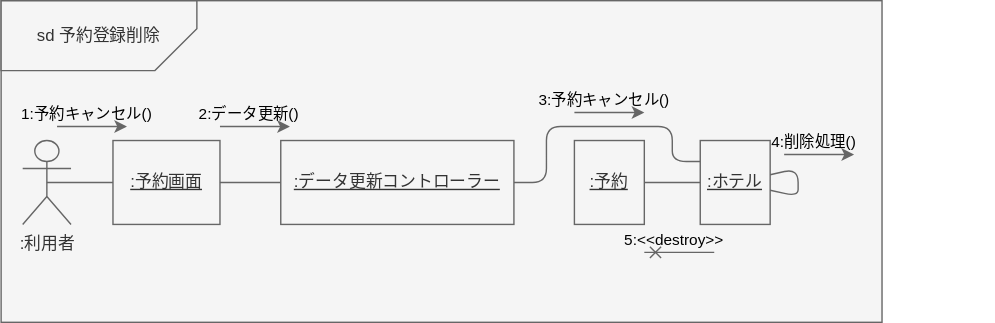
eumura123/uml-introduction keeps this draw.io diagram as 演習５-2_CD_予約登録削除.drawio.svg. Above is the earlier version. Source tidied: cells renumbered, new cells last; positions are measured from the earlier drawing's top-left corner, leaving out a move shared by most shapes. Source of this version:
```xml
<mxGraphModel>
  <root>
    <mxCell id="0" />
    <mxCell id="1" parent="0" />
    <mxCell id="2" style="group;" parent="1" vertex="1">
      <mxGeometry width="710" height="230" as="geometry" />
    </mxCell>
    <mxCell id="3" style="rounded=0;whiteSpace=wrap;html=1;fillColor=#f5f5f5;fontColor=#333333;strokeColor=#666666;" parent="2" vertex="1">
      <mxGeometry width="630" height="230" as="geometry" />
    </mxCell>
    <mxCell id="4" value="sd 予約登録削除" style="shape=card;whiteSpace=wrap;html=1;fillColor=#f5f5f5;fontColor=#333333;strokeColor=#666666;flipH=1;direction=north;" parent="2" vertex="1">
      <mxGeometry width="140" height="50" as="geometry" />
    </mxCell>
    <mxCell id="5" value=":利用者" style="shape=umlActor;verticalLabelPosition=bottom;verticalAlign=top;html=1;outlineConnect=0;fillColor=#f5f5f5;fontColor=#333333;strokeColor=#666666;" parent="2" vertex="1">
      <mxGeometry x="15.4" y="100" width="34.6" height="60" as="geometry" />
    </mxCell>
    <mxCell id="6" style="edgeStyle=none;html=1;entryX=0.5;entryY=0.5;entryDx=0;entryDy=0;entryPerimeter=0;fillColor=#f5f5f5;strokeColor=#666666;endArrow=none;endFill=0;" parent="2" edge="1" source="7" target="5">
      <mxGeometry relative="1" as="geometry" />
    </mxCell>
    <mxCell id="7" value="&lt;u&gt;:予約画面&lt;/u&gt;" style="rounded=0;whiteSpace=wrap;html=1;fillColor=#f5f5f5;fontColor=#333333;strokeColor=#666666;" parent="2" vertex="1">
      <mxGeometry x="80" y="100" width="76.5" height="60" as="geometry" />
    </mxCell>
    <mxCell id="8" style="edgeStyle=none;html=1;endArrow=none;endFill=0;fillColor=#f5f5f5;strokeColor=#666666;" parent="2" edge="1" source="10" target="7">
      <mxGeometry relative="1" as="geometry" />
    </mxCell>
    <mxCell id="9" style="edgeStyle=none;html=1;entryX=0;entryY=0.25;entryDx=0;entryDy=0;endArrow=none;endFill=0;fillColor=#f5f5f5;strokeColor=#666666;exitX=1;exitY=0.5;exitDx=0;exitDy=0;" parent="2" edge="1" source="10" target="13">
      <mxGeometry relative="1" as="geometry">
        <Array as="points">
          <mxPoint x="390" y="130" />
          <mxPoint x="390" y="90" />
          <mxPoint x="480" y="90" />
          <mxPoint x="480" y="115" />
        </Array>
      </mxGeometry>
    </mxCell>
    <mxCell id="10" value="&lt;u&gt;:データ更新コントローラー&lt;/u&gt;" style="rounded=0;whiteSpace=wrap;html=1;fillColor=#f5f5f5;fontColor=#333333;strokeColor=#666666;" parent="2" vertex="1">
      <mxGeometry x="200" y="100" width="166.7" height="60" as="geometry" />
    </mxCell>
    <mxCell id="11" value="&lt;u&gt;:予約&lt;/u&gt;" style="rounded=0;whiteSpace=wrap;html=1;fillColor=#f5f5f5;fontColor=#333333;strokeColor=#666666;" parent="2" vertex="1">
      <mxGeometry x="410" y="100" width="50" height="60" as="geometry" />
    </mxCell>
    <mxCell id="12" style="edgeStyle=none;html=1;endArrow=none;endFill=0;fillColor=#f5f5f5;strokeColor=#666666;" parent="2" edge="1" source="13" target="11">
      <mxGeometry relative="1" as="geometry" />
    </mxCell>
    <mxCell id="13" value="&lt;u&gt;:ホテル&lt;/u&gt;" style="rounded=0;whiteSpace=wrap;html=1;fillColor=#f5f5f5;fontColor=#333333;strokeColor=#666666;" parent="2" vertex="1">
      <mxGeometry x="500" y="100" width="50" height="60" as="geometry" />
    </mxCell>
    <mxCell id="14" style="endArrow=classic;html=1;fillColor=#f5f5f5;strokeColor=#666666;" parent="2" edge="1">
      <mxGeometry relative="1" as="geometry">
        <mxPoint x="40" y="90" as="sourcePoint" />
        <mxPoint x="90" y="90" as="targetPoint" />
      </mxGeometry>
    </mxCell>
    <mxCell id="15" value="1:予約キャンセル()" style="edgeLabel;html=1;align=center;verticalAlign=middle;labelBackgroundColor=none;fontColor=#000000;" parent="14" vertex="1">
      <mxGeometry relative="1" as="geometry">
        <mxPoint x="-5" y="-10" as="offset" />
      </mxGeometry>
    </mxCell>
    <mxCell id="16" style="endArrow=classic;html=1;fillColor=#f5f5f5;strokeColor=#666666;" parent="2" edge="1">
      <mxGeometry relative="1" as="geometry">
        <mxPoint x="156.5" y="90" as="sourcePoint" />
        <mxPoint x="206.5" y="90" as="targetPoint" />
      </mxGeometry>
    </mxCell>
    <mxCell id="17" value="2:データ更新()" style="edgeLabel;html=1;align=center;verticalAlign=middle;labelBackgroundColor=none;fontColor=#000000;" parent="16" vertex="1">
      <mxGeometry relative="1" as="geometry">
        <mxPoint x="-5" y="-10" as="offset" />
      </mxGeometry>
    </mxCell>
    <mxCell id="18" style="endArrow=classic;html=1;fillColor=#f5f5f5;strokeColor=#666666;" parent="2" edge="1">
      <mxGeometry relative="1" as="geometry">
        <mxPoint x="410" y="80" as="sourcePoint" />
        <mxPoint x="460" y="80" as="targetPoint" />
      </mxGeometry>
    </mxCell>
    <mxCell id="19" value="3:予約キャンセル()" style="edgeLabel;html=1;align=center;verticalAlign=middle;labelBackgroundColor=none;fontColor=#000000;" parent="18" vertex="1">
      <mxGeometry relative="1" as="geometry">
        <mxPoint x="-5" y="-10" as="offset" />
      </mxGeometry>
    </mxCell>
    <mxCell id="20" style="edgeStyle=none;html=1;fontColor=#000000;endArrow=none;endFill=0;fillColor=#f5f5f5;strokeColor=#666666;" parent="2" edge="1" source="13" target="13">
      <mxGeometry relative="1" as="geometry" />
    </mxCell>
    <mxCell id="21" style="endArrow=classic;html=1;fillColor=#f5f5f5;strokeColor=#666666;" parent="2" edge="1">
      <mxGeometry relative="1" as="geometry">
        <mxPoint x="560" y="110" as="sourcePoint" />
        <mxPoint x="610" y="110" as="targetPoint" />
      </mxGeometry>
    </mxCell>
    <mxCell id="22" value="4:削除処理()" style="edgeLabel;html=1;align=center;verticalAlign=middle;labelBackgroundColor=none;fontColor=#000000;" parent="21" vertex="1">
      <mxGeometry relative="1" as="geometry">
        <mxPoint x="-5" y="-10" as="offset" />
      </mxGeometry>
    </mxCell>
    <mxCell id="23" style="endArrow=none;html=1;fillColor=#f5f5f5;strokeColor=#666666;endFill=0;startArrow=cross;startFill=0;" parent="2" edge="1">
      <mxGeometry relative="1" as="geometry">
        <mxPoint x="460" y="180" as="sourcePoint" />
        <mxPoint x="510" y="180" as="targetPoint" />
      </mxGeometry>
    </mxCell>
    <mxCell id="24" value="5:&amp;lt;&amp;lt;destroy&amp;gt;&amp;gt;" style="edgeLabel;html=1;align=center;verticalAlign=middle;labelBackgroundColor=none;fontColor=#000000;" parent="23" vertex="1">
      <mxGeometry relative="1" as="geometry">
        <mxPoint x="-5" y="-10" as="offset" />
      </mxGeometry>
    </mxCell>
  </root>
</mxGraphModel>
```
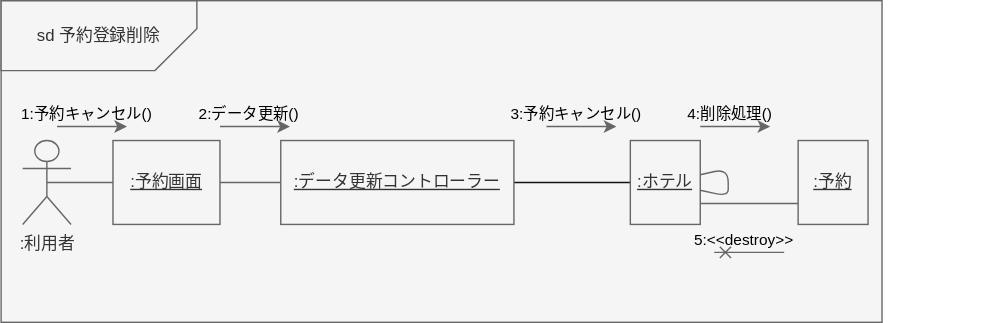
After the commit.

The edit, as a diff of the source:
```diff
@@ -23,27 +23,20 @@
     <mxCell id="8" style="edgeStyle=none;html=1;endArrow=none;endFill=0;fillColor=#f5f5f5;strokeColor=#666666;" parent="2" edge="1" source="10" target="7">
       <mxGeometry relative="1" as="geometry" />
     </mxCell>
-    <mxCell id="9" style="edgeStyle=none;html=1;entryX=0;entryY=0.25;entryDx=0;entryDy=0;endArrow=none;endFill=0;fillColor=#f5f5f5;strokeColor=#666666;exitX=1;exitY=0.5;exitDx=0;exitDy=0;" parent="2" edge="1" source="10" target="13">
-      <mxGeometry relative="1" as="geometry">
-        <Array as="points">
-          <mxPoint x="390" y="130" />
-          <mxPoint x="390" y="90" />
-          <mxPoint x="480" y="90" />
-          <mxPoint x="480" y="115" />
-        </Array>
-      </mxGeometry>
+    <mxCell id="9" style="edgeStyle=none;html=1;strokeColor=#121212;endArrow=none;endFill=0;" parent="2" edge="1" source="10" target="13">
+      <mxGeometry relative="1" as="geometry" />
     </mxCell>
     <mxCell id="10" value="&lt;u&gt;:データ更新コントローラー&lt;/u&gt;" style="rounded=0;whiteSpace=wrap;html=1;fillColor=#f5f5f5;fontColor=#333333;strokeColor=#666666;" parent="2" vertex="1">
       <mxGeometry x="200" y="100" width="166.7" height="60" as="geometry" />
     </mxCell>
     <mxCell id="11" value="&lt;u&gt;:予約&lt;/u&gt;" style="rounded=0;whiteSpace=wrap;html=1;fillColor=#f5f5f5;fontColor=#333333;strokeColor=#666666;" parent="2" vertex="1">
-      <mxGeometry x="410" y="100" width="50" height="60" as="geometry" />
+      <mxGeometry x="570" y="100" width="50" height="60" as="geometry" />
     </mxCell>
-    <mxCell id="12" style="edgeStyle=none;html=1;endArrow=none;endFill=0;fillColor=#f5f5f5;strokeColor=#666666;" parent="2" edge="1" source="13" target="11">
+    <mxCell id="12" style="edgeStyle=none;html=1;endArrow=none;endFill=0;fillColor=#f5f5f5;strokeColor=#666666;exitX=1;exitY=0.75;exitDx=0;exitDy=0;entryX=0;entryY=0.75;entryDx=0;entryDy=0;" parent="2" edge="1" source="13" target="11">
       <mxGeometry relative="1" as="geometry" />
     </mxCell>
     <mxCell id="13" value="&lt;u&gt;:ホテル&lt;/u&gt;" style="rounded=0;whiteSpace=wrap;html=1;fillColor=#f5f5f5;fontColor=#333333;strokeColor=#666666;" parent="2" vertex="1">
-      <mxGeometry x="500" y="100" width="50" height="60" as="geometry" />
+      <mxGeometry x="450" y="100" width="50" height="60" as="geometry" />
     </mxCell>
     <mxCell id="14" style="endArrow=classic;html=1;fillColor=#f5f5f5;strokeColor=#666666;" parent="2" edge="1">
       <mxGeometry relative="1" as="geometry">
@@ -69,8 +62,8 @@
     </mxCell>
     <mxCell id="18" style="endArrow=classic;html=1;fillColor=#f5f5f5;strokeColor=#666666;" parent="2" edge="1">
       <mxGeometry relative="1" as="geometry">
-        <mxPoint x="410" y="80" as="sourcePoint" />
-        <mxPoint x="460" y="80" as="targetPoint" />
+        <mxPoint x="390" y="90" as="sourcePoint" />
+        <mxPoint x="440" y="90" as="targetPoint" />
       </mxGeometry>
     </mxCell>
     <mxCell id="19" value="3:予約キャンセル()" style="edgeLabel;html=1;align=center;verticalAlign=middle;labelBackgroundColor=none;fontColor=#000000;" parent="18" vertex="1">
@@ -83,8 +76,8 @@
     </mxCell>
     <mxCell id="21" style="endArrow=classic;html=1;fillColor=#f5f5f5;strokeColor=#666666;" parent="2" edge="1">
       <mxGeometry relative="1" as="geometry">
-        <mxPoint x="560" y="110" as="sourcePoint" />
-        <mxPoint x="610" y="110" as="targetPoint" />
+        <mxPoint x="500" y="90" as="sourcePoint" />
+        <mxPoint x="550" y="90" as="targetPoint" />
       </mxGeometry>
     </mxCell>
     <mxCell id="22" value="4:削除処理()" style="edgeLabel;html=1;align=center;verticalAlign=middle;labelBackgroundColor=none;fontColor=#000000;" parent="21" vertex="1">
@@ -94,8 +87,11 @@
     </mxCell>
     <mxCell id="23" style="endArrow=none;html=1;fillColor=#f5f5f5;strokeColor=#666666;endFill=0;startArrow=cross;startFill=0;" parent="2" edge="1">
       <mxGeometry relative="1" as="geometry">
-        <mxPoint x="460" y="180" as="sourcePoint" />
-        <mxPoint x="510" y="180" as="targetPoint" />
+        <mxPoint x="510" y="180" as="sourcePoint" />
+        <mxPoint x="560" y="180" as="targetPoint" />
+        <Array as="points">
+          <mxPoint x="540" y="180" />
+        </Array>
       </mxGeometry>
     </mxCell>
     <mxCell id="24" value="5:&amp;lt;&amp;lt;destroy&amp;gt;&amp;gt;" style="edgeLabel;html=1;align=center;verticalAlign=middle;labelBackgroundColor=none;fontColor=#000000;" parent="23" vertex="1">
```
